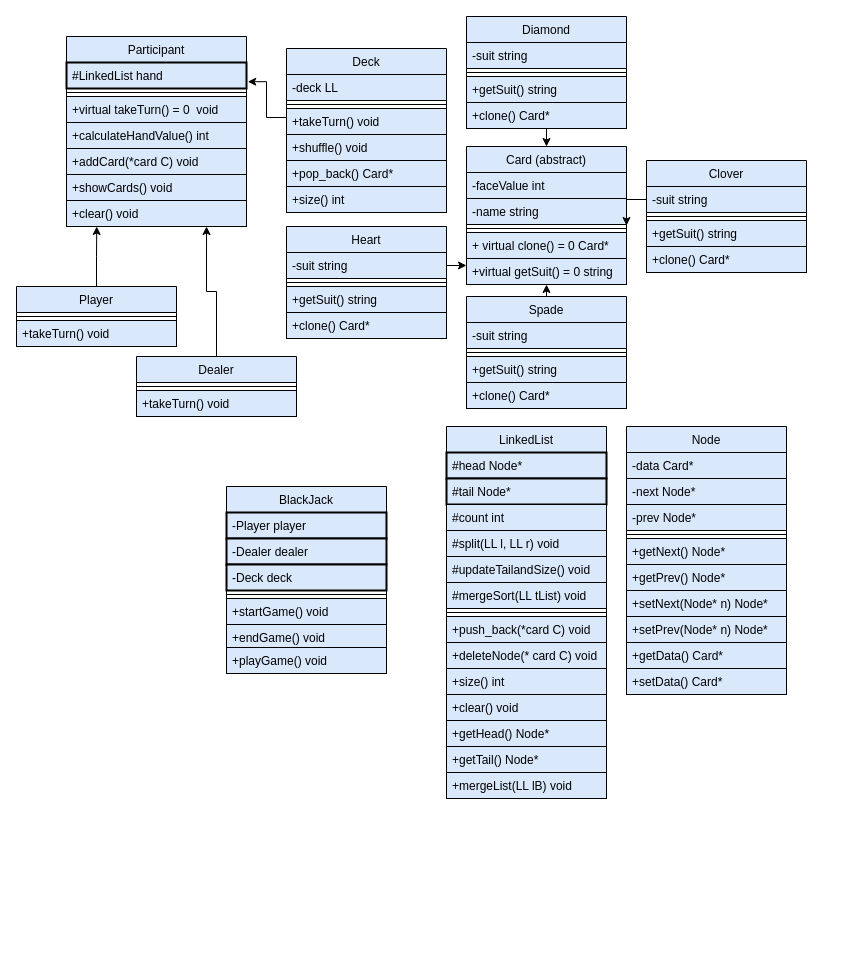
This is UMLv2.drawio from tiberiusl/Blackjack340, a draw.io file, before an edit. Source tidied: cells renumbered, new cells numbered last; positions are measured from the earlier drawing's top-left corner, leaving out a move shared by most shapes. Both pictures are drawn from the tidied source at 100%, with x=0, y=0 at pixel (16, 16).
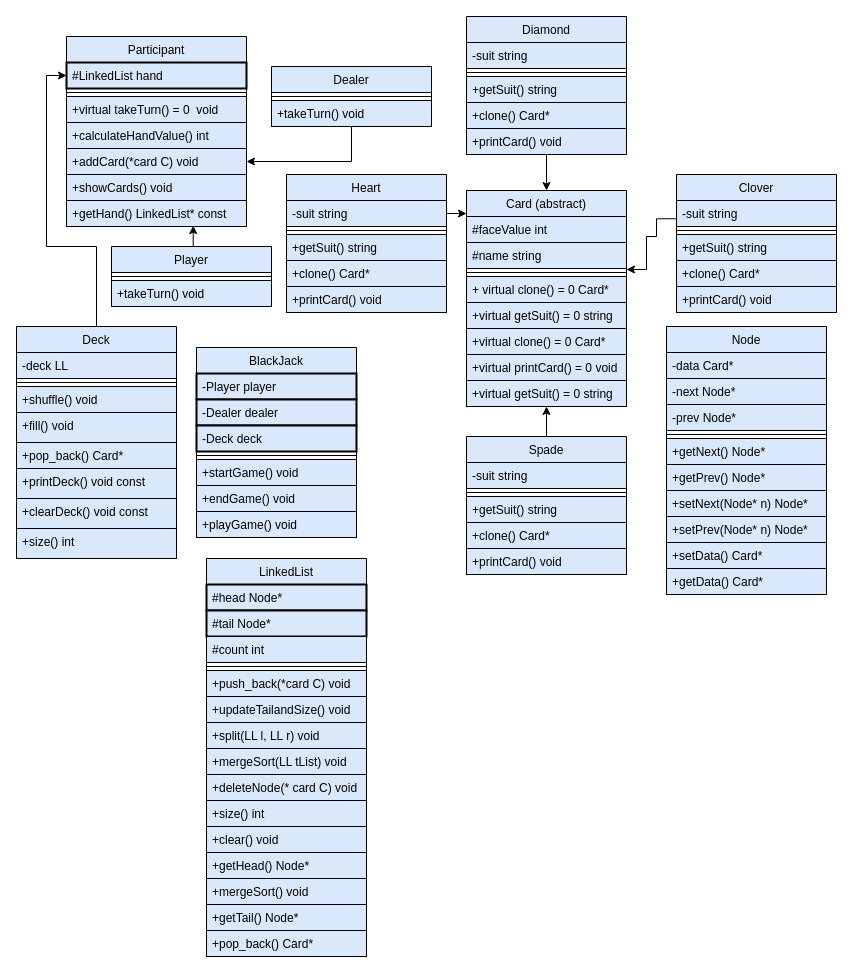
The same page after the edit.

The change refers to these unchanged cells:
```xml
<mxCell id="5" style="line;html=1;strokeWidth=1;align=left;verticalAlign=middle;spacingTop=-1;spacingLeft=3;spacingRight=3;labelPosition=right;points=[];portConstraint=eastwest;fillColor=#dae8fc;strokeColor=#000000;" parent="2" vertex="1">
  <mxGeometry y="78" width="160" height="8" as="geometry" />
</mxCell>
<mxCell id="20" value="-suit string" style="text;align=left;verticalAlign=top;spacingLeft=4;spacingRight=4;overflow=hidden;points=[[0,0.5],[1,0.5]];portConstraint=eastwest;fillColor=#dae8fc;strokeColor=#000000;" parent="19" vertex="1">
  <mxGeometry y="26" width="160" height="26" as="geometry" />
</mxCell>
<mxCell id="38" value="Participant" style="swimlane;fontStyle=0;align=center;verticalAlign=top;horizontal=1;startSize=26;rounded=0;shadow=0;strokeWidth=1;fillColor=#dae8fc;strokeColor=#000000;" parent="1" vertex="1">
  <mxGeometry x="50" y="20" width="180" height="190" as="geometry" />
</mxCell>
<mxCell id="39" value="#LinkedList hand" style="text;align=left;verticalAlign=top;spacingLeft=4;spacingRight=4;overflow=hidden;points=[[0,0.5],[1,0.5]];portConstraint=eastwest;strokeWidth=2;fillColor=#dae8fc;strokeColor=#000000;" parent="38" vertex="1">
  <mxGeometry y="26" width="180" height="26" as="geometry" />
</mxCell>
<mxCell id="43" value="+addCard(*card C) void " style="text;align=left;verticalAlign=top;spacingLeft=4;spacingRight=4;overflow=hidden;points=[[0,0.5],[1,0.5]];portConstraint=eastwest;fontStyle=0;fillColor=#dae8fc;strokeColor=#000000;" parent="38" vertex="1">
  <mxGeometry y="112" width="180" height="26" as="geometry" />
</mxCell>
```

Diff of the diagram source:
```diff
@@
     <mxCell id="2" value="Card (abstract)" style="swimlane;fontStyle=0;align=center;verticalAlign=top;horizontal=1;startSize=26;rounded=0;shadow=0;strokeWidth=1;fillColor=#dae8fc;strokeColor=#000000;" parent="1" vertex="1">
-      <mxGeometry x="450" y="130" width="160" height="138" as="geometry" />
+      <mxGeometry x="450" y="174" width="160" height="216" as="geometry" />
     </mxCell>
-    <mxCell id="3" value="-faceValue int" style="text;align=left;verticalAlign=top;spacingLeft=4;spacingRight=4;overflow=hidden;fillColor=#dae8fc;strokeColor=#000000;" parent="2" vertex="1">
+    <mxCell id="3" value="#faceValue int" style="text;align=left;verticalAlign=top;spacingLeft=4;spacingRight=4;overflow=hidden;fillColor=#dae8fc;strokeColor=#000000;" parent="2" vertex="1">
       <mxGeometry y="26" width="160" height="26" as="geometry" />
     </mxCell>
-    <mxCell id="4" value="-name string" style="text;align=left;verticalAlign=top;spacingLeft=4;spacingRight=4;overflow=hidden;fillColor=#dae8fc;strokeColor=#000000;" parent="2" vertex="1">
+    <mxCell id="4" value="#name string" style="text;align=left;verticalAlign=top;spacingLeft=4;spacingRight=4;overflow=hidden;fillColor=#dae8fc;strokeColor=#000000;" parent="2" vertex="1">
       <mxGeometry y="52" width="160" height="26" as="geometry" />
     </mxCell>
@@
+    <mxCell id="90" value="+virtual clone() = 0 Card* " style="text;align=left;verticalAlign=top;spacingLeft=4;spacingRight=4;overflow=hidden;fillColor=#dae8fc;strokeColor=#000000;" parent="2" vertex="1">
+      <mxGeometry y="138" width="160" height="26" as="geometry" />
+    </mxCell>
+    <mxCell id="91" value="+virtual printCard() = 0 void" style="text;align=left;verticalAlign=top;spacingLeft=4;spacingRight=4;overflow=hidden;fillColor=#dae8fc;strokeColor=#000000;" parent="2" vertex="1">
+      <mxGeometry y="164" width="160" height="26" as="geometry" />
+    </mxCell>
+    <mxCell id="92" value="+virtual getSuit() = 0 string" style="text;align=left;verticalAlign=top;spacingLeft=4;spacingRight=4;overflow=hidden;fillColor=#dae8fc;strokeColor=#000000;" parent="2" vertex="1">
+      <mxGeometry y="190" width="160" height="26" as="geometry" />
+    </mxCell>
@@
     <mxCell id="9" value="Spade" style="swimlane;fontStyle=0;align=center;verticalAlign=top;horizontal=1;startSize=26;rounded=0;shadow=0;strokeWidth=1;fillColor=#dae8fc;strokeColor=#000000;" parent="1" vertex="1">
-      <mxGeometry x="450" y="280" width="160" height="90" as="geometry" />
+      <mxGeometry x="450" y="420" width="160" height="138" as="geometry" />
     </mxCell>
@@
+    <mxCell id="83" value="+clone() Card*" style="text;align=left;verticalAlign=top;spacingLeft=4;spacingRight=4;overflow=hidden;fontStyle=0;fillColor=#dae8fc;strokeColor=#000000;" parent="9" vertex="1">
+      <mxGeometry y="86" width="160" height="26" as="geometry" />
+    </mxCell>
+    <mxCell id="93" value="+printCard() void" style="text;align=left;verticalAlign=top;spacingLeft=4;spacingRight=4;overflow=hidden;fontStyle=0;fillColor=#dae8fc;strokeColor=#000000;" parent="9" vertex="1">
+      <mxGeometry y="112" width="160" height="26" as="geometry" />
+    </mxCell>
     <mxCell id="13" value="Heart" style="swimlane;fontStyle=0;align=center;verticalAlign=top;horizontal=1;startSize=26;rounded=0;shadow=0;strokeWidth=1;fillColor=#dae8fc;strokeColor=#000000;" parent="1" vertex="1">
-      <mxGeometry x="270" y="210" width="160" height="112" as="geometry" />
+      <mxGeometry x="270" y="158" width="160" height="138" as="geometry" />
     </mxCell>
@@
+    <mxCell id="94" value="+printCard() void" style="text;align=left;verticalAlign=top;spacingLeft=4;spacingRight=4;overflow=hidden;fontStyle=0;fillColor=#dae8fc;strokeColor=#000000;" parent="13" vertex="1">
+      <mxGeometry y="112" width="160" height="26" as="geometry" />
+    </mxCell>
     <mxCell id="19" value="Clover" style="swimlane;fontStyle=0;align=center;verticalAlign=top;horizontal=1;startSize=26;rounded=0;shadow=0;strokeWidth=1;fillColor=#dae8fc;strokeColor=#000000;" parent="1" vertex="1">
-      <mxGeometry x="630" y="144" width="160" height="90" as="geometry" />
+      <mxGeometry x="660" y="158" width="160" height="138" as="geometry" />
     </mxCell>
@@
+    <mxCell id="82" value="+clone() Card*" style="text;align=left;verticalAlign=top;spacingLeft=4;spacingRight=4;overflow=hidden;fontStyle=0;fillColor=#dae8fc;strokeColor=#000000;" parent="19" vertex="1">
+      <mxGeometry y="86" width="160" height="26" as="geometry" />
+    </mxCell>
+    <mxCell id="95" value="+printCard() void" style="text;align=left;verticalAlign=top;spacingLeft=4;spacingRight=4;overflow=hidden;fontStyle=0;fillColor=#dae8fc;strokeColor=#000000;" parent="19" vertex="1">
+      <mxGeometry y="112" width="160" height="26" as="geometry" />
+    </mxCell>
@@
     <mxCell id="24" value="Diamond" style="swimlane;fontStyle=0;align=center;verticalAlign=top;horizontal=1;startSize=26;rounded=0;shadow=0;strokeWidth=1;fillColor=#dae8fc;strokeColor=#000000;" parent="1" vertex="1">
-      <mxGeometry x="450" width="160" height="90" as="geometry" />
+      <mxGeometry x="450" width="160" height="138" as="geometry" />
     </mxCell>
@@
+    <mxCell id="84" value="+clone() Card*" style="text;align=left;verticalAlign=top;spacingLeft=4;spacingRight=4;overflow=hidden;fontStyle=0;fillColor=#dae8fc;strokeColor=#000000;" parent="24" vertex="1">
+      <mxGeometry y="86" width="160" height="26" as="geometry" />
+    </mxCell>
+    <mxCell id="96" value="+printCard() void" style="text;align=left;verticalAlign=top;spacingLeft=4;spacingRight=4;overflow=hidden;fontStyle=0;fillColor=#dae8fc;strokeColor=#000000;" parent="24" vertex="1">
+      <mxGeometry y="112" width="160" height="26" as="geometry" />
+    </mxCell>
-    <mxCell id="28" style="edgeStyle=orthogonalEdgeStyle;rounded=0;jettySize=auto;html=1;entryX=1;entryY=0.125;entryDx=0;entryDy=0;entryPerimeter=0;fillColor=#dae8fc;strokeColor=#000000;" parent="1" edge="1" source="20" target="5">
-      <mxGeometry relative="1" as="geometry" />
+    <mxCell id="28" style="edgeStyle=orthogonalEdgeStyle;rounded=0;jettySize=auto;html=1;entryX=1;entryY=0.125;entryDx=0;entryDy=0;entryPerimeter=0;fillColor=#dae8fc;strokeColor=#000000;exitX=0.004;exitY=0.702;exitDx=0;exitDy=0;exitPerimeter=0;" parent="1" edge="1" source="20" target="5">
+      <mxGeometry relative="1" as="geometry">
+        <Array as="points">
+          <mxPoint x="640" y="202" />
+          <mxPoint x="640" y="220" />
+          <mxPoint x="630" y="220" />
+          <mxPoint x="630" y="253" />
+        </Array>
+      </mxGeometry>
     </mxCell>
     <mxCell id="29" value="Node" style="swimlane;fontStyle=0;align=center;verticalAlign=top;horizontal=1;startSize=26;rounded=0;shadow=0;strokeWidth=1;fillColor=#dae8fc;strokeColor=#000000;" parent="1" vertex="1">
-      <mxGeometry x="610" y="410" width="160" height="220" as="geometry" />
+      <mxGeometry x="650" y="310" width="160" height="268" as="geometry" />
     </mxCell>
@@
+    <mxCell id="86" value="+setData() Card*" style="text;align=left;verticalAlign=top;spacingLeft=4;spacingRight=4;overflow=hidden;fontStyle=0;fillColor=#dae8fc;strokeColor=#000000;" parent="29" vertex="1">
+      <mxGeometry y="216" width="160" height="26" as="geometry" />
+    </mxCell>
+    <mxCell id="85" value="+getData() Card*" style="text;align=left;verticalAlign=top;spacingLeft=4;spacingRight=4;overflow=hidden;fontStyle=0;fillColor=#dae8fc;strokeColor=#000000;" parent="29" vertex="1">
+      <mxGeometry y="242" width="160" height="26" as="geometry" />
+    </mxCell>
@@
-    <mxCell id="45" value="+clear() void" style="text;align=left;verticalAlign=top;spacingLeft=4;spacingRight=4;overflow=hidden;points=[[0,0.5],[1,0.5]];portConstraint=eastwest;fontStyle=0;fillColor=#dae8fc;strokeColor=#000000;" parent="38" vertex="1">
+    <mxCell id="45" value="+getHand() LinkedList* const" style="text;align=left;verticalAlign=top;spacingLeft=4;spacingRight=4;overflow=hidden;points=[[0,0.5],[1,0.5]];portConstraint=eastwest;fontStyle=0;fillColor=#dae8fc;strokeColor=#000000;" parent="38" vertex="1">
       <mxGeometry y="164" width="180" height="26" as="geometry" />
     </mxCell>
     <mxCell id="46" value="Player" style="swimlane;fontStyle=0;align=center;verticalAlign=top;horizontal=1;startSize=26;rounded=0;shadow=0;strokeWidth=1;fillColor=#dae8fc;strokeColor=#000000;" parent="1" vertex="1">
-      <mxGeometry y="270" width="160" height="60" as="geometry" />
+      <mxGeometry x="95" y="230" width="160" height="60" as="geometry" />
     </mxCell>
@@
     <mxCell id="49" value="Dealer" style="swimlane;fontStyle=0;align=center;verticalAlign=top;horizontal=1;startSize=26;rounded=0;shadow=0;strokeWidth=1;fillColor=#dae8fc;strokeColor=#000000;" parent="1" vertex="1">
-      <mxGeometry x="120" y="340" width="160" height="60" as="geometry" />
+      <mxGeometry x="255" y="50" width="160" height="60" as="geometry" />
     </mxCell>
@@
-    <mxCell id="52" style="edgeStyle=orthogonalEdgeStyle;rounded=0;jettySize=auto;html=1;exitX=0.5;exitY=0;exitDx=0;exitDy=0;entryX=0.168;entryY=1;entryDx=0;entryDy=0;entryPerimeter=0;fillColor=#dae8fc;strokeColor=#000000;" parent="1" edge="1" source="46" target="45">
+    <mxCell id="52" style="edgeStyle=orthogonalEdgeStyle;rounded=0;jettySize=auto;html=1;exitX=0.5;exitY=0;exitDx=0;exitDy=0;entryX=0.704;entryY=0.967;entryDx=0;entryDy=0;entryPerimeter=0;fillColor=#dae8fc;strokeColor=#000000;" parent="1" edge="1" source="46" target="45">
       <mxGeometry relative="1" as="geometry" />
     </mxCell>
-    <mxCell id="53" style="edgeStyle=orthogonalEdgeStyle;rounded=0;jettySize=auto;html=1;entryX=0.778;entryY=1;entryDx=0;entryDy=0;entryPerimeter=0;fillColor=#dae8fc;strokeColor=#000000;" parent="1" edge="1" source="49" target="45">
+    <mxCell id="53" style="edgeStyle=orthogonalEdgeStyle;rounded=0;jettySize=auto;html=1;entryX=1;entryY=0.5;entryDx=0;entryDy=0;fillColor=#dae8fc;strokeColor=#000000;" parent="1" edge="1" source="49" target="43">
       <mxGeometry relative="1" as="geometry" />
     </mxCell>
     <mxCell id="54" value="LinkedList" style="swimlane;fontStyle=0;align=center;verticalAlign=top;horizontal=1;startSize=26;rounded=0;shadow=0;strokeWidth=1;fillColor=#dae8fc;strokeColor=#000000;" parent="1" vertex="1">
-      <mxGeometry x="430" y="410" width="160" height="346" as="geometry" />
+      <mxGeometry x="190" y="542" width="160" height="398" as="geometry" />
     </mxCell>
@@
-    <mxCell id="58" value="#split(LL l, LL r) void" style="text;align=left;verticalAlign=top;spacingLeft=4;spacingRight=4;overflow=hidden;fillColor=#dae8fc;strokeColor=#000000;" parent="54" vertex="1">
-      <mxGeometry y="104" width="160" height="26" as="geometry" />
-    </mxCell>
-    <mxCell id="59" value="#updateTailandSize() void" style="text;align=left;verticalAlign=top;spacingLeft=4;spacingRight=4;overflow=hidden;fillColor=#dae8fc;strokeColor=#000000;" parent="54" vertex="1">
-      <mxGeometry y="130" width="160" height="26" as="geometry" />
-    </mxCell>
-    <mxCell id="60" value="#mergeSort(LL tList) void" style="text;align=left;verticalAlign=top;spacingLeft=4;spacingRight=4;overflow=hidden;fillColor=#dae8fc;strokeColor=#000000;" parent="54" vertex="1">
-      <mxGeometry y="156" width="160" height="26" as="geometry" />
-    </mxCell>
     <mxCell id="61" style="line;html=1;strokeWidth=1;align=left;verticalAlign=middle;spacingTop=-1;spacingLeft=3;spacingRight=3;labelPosition=right;fillColor=#dae8fc;strokeColor=#000000;" parent="54" vertex="1">
-      <mxGeometry y="182" width="160" height="8" as="geometry" />
+      <mxGeometry y="104" width="160" height="8" as="geometry" />
     </mxCell>
     <mxCell id="62" value="+push_back(*card C) void" style="text;align=left;verticalAlign=top;spacingLeft=4;spacingRight=4;overflow=hidden;fontStyle=0;fillColor=#dae8fc;strokeColor=#000000;" parent="54" vertex="1">
-      <mxGeometry y="190" width="160" height="26" as="geometry" />
+      <mxGeometry y="112" width="160" height="26" as="geometry" />
     </mxCell>
+    <mxCell id="59" value="+updateTailandSize() void" style="text;align=left;verticalAlign=top;spacingLeft=4;spacingRight=4;overflow=hidden;fillColor=#dae8fc;strokeColor=#000000;" parent="54" vertex="1">
+      <mxGeometry y="138" width="160" height="26" as="geometry" />
+    </mxCell>
+    <mxCell id="58" value="+split(LL l, LL r) void" style="text;align=left;verticalAlign=top;spacingLeft=4;spacingRight=4;overflow=hidden;fillColor=#dae8fc;strokeColor=#000000;" parent="54" vertex="1">
+      <mxGeometry y="164" width="160" height="26" as="geometry" />
+    </mxCell>
+    <mxCell id="60" value="+mergeSort(LL tList) void" style="text;align=left;verticalAlign=top;spacingLeft=4;spacingRight=4;overflow=hidden;fillColor=#dae8fc;strokeColor=#000000;" parent="54" vertex="1">
+      <mxGeometry y="190" width="160" height="26" as="geometry" />
+    </mxCell>
@@
+    <mxCell id="87" value="+mergeSort() void" style="text;align=left;verticalAlign=top;spacingLeft=4;spacingRight=4;overflow=hidden;fillColor=#dae8fc;strokeColor=#000000;" parent="54" vertex="1">
+      <mxGeometry y="320" width="160" height="26" as="geometry" />
+    </mxCell>
+    <mxCell id="97" value="+getTail() Node* " style="text;align=left;verticalAlign=top;spacingLeft=4;spacingRight=4;overflow=hidden;fontStyle=0;fillColor=#dae8fc;strokeColor=#000000;" parent="54" vertex="1">
+      <mxGeometry y="346" width="160" height="26" as="geometry" />
+    </mxCell>
-    <mxCell id="67" value="+getTail() Node* " style="text;align=left;verticalAlign=top;spacingLeft=4;spacingRight=4;overflow=hidden;fontStyle=0;fillColor=#dae8fc;strokeColor=#000000;" parent="54" vertex="1">
-      <mxGeometry y="320" width="160" height="26" as="geometry" />
+    <mxCell id="67" value="+pop_back() Card*" style="text;align=left;verticalAlign=top;spacingLeft=4;spacingRight=4;overflow=hidden;fontStyle=0;fillColor=#dae8fc;strokeColor=#000000;" parent="54" vertex="1">
+      <mxGeometry y="372" width="160" height="26" as="geometry" />
     </mxCell>
     <mxCell id="68" value="BlackJack" style="swimlane;fontStyle=0;align=center;verticalAlign=top;horizontal=1;startSize=26;rounded=0;shadow=0;strokeWidth=1;fillColor=#dae8fc;strokeColor=#000000;" parent="1" vertex="1">
-      <mxGeometry x="210" y="470" width="160" height="172" as="geometry" />
+      <mxGeometry x="180" y="331" width="160" height="190" as="geometry" />
     </mxCell>
@@
+    <mxCell id="89" value="+playGame() void" style="text;align=left;verticalAlign=top;spacingLeft=4;spacingRight=4;overflow=hidden;fillColor=#dae8fc;strokeColor=#000000;" parent="68" vertex="1">
+      <mxGeometry y="164" width="160" height="26" as="geometry" />
+    </mxCell>
     <mxCell id="75" value="Deck" style="swimlane;fontStyle=0;align=center;verticalAlign=top;horizontal=1;startSize=26;rounded=0;shadow=0;strokeWidth=1;fillColor=#dae8fc;strokeColor=#000000;" parent="1" vertex="1">
-      <mxGeometry x="270" y="32" width="160" height="138" as="geometry" />
+      <mxGeometry y="310" width="160" height="232" as="geometry" />
     </mxCell>
@@
-    <mxCell id="78" value="+takeTurn() void" style="text;align=left;verticalAlign=top;spacingLeft=4;spacingRight=4;overflow=hidden;fontStyle=0;fillColor=#dae8fc;strokeColor=#000000;" parent="75" vertex="1">
-      <mxGeometry y="60" width="160" height="26" as="geometry" />
-    </mxCell>
     <mxCell id="79" value="+shuffle() void" style="text;align=left;verticalAlign=top;spacingLeft=4;spacingRight=4;overflow=hidden;fontStyle=0;fillColor=#dae8fc;strokeColor=#000000;" parent="75" vertex="1">
-      <mxGeometry y="86" width="160" height="26" as="geometry" />
+      <mxGeometry y="60" width="160" height="26" as="geometry" />
     </mxCell>
+    <mxCell id="98" value="+fill() void" style="text;align=left;verticalAlign=top;spacingLeft=4;spacingRight=4;overflow=hidden;fillColor=#dae8fc;strokeColor=#000000;" parent="75" vertex="1">
+      <mxGeometry y="86" width="160" height="30" as="geometry" />
+    </mxCell>
     <mxCell id="80" value="+pop_back() Card*" style="text;align=left;verticalAlign=top;spacingLeft=4;spacingRight=4;overflow=hidden;fontStyle=0;fillColor=#dae8fc;strokeColor=#000000;" parent="75" vertex="1">
-      <mxGeometry y="112" width="160" height="26" as="geometry" />
+      <mxGeometry y="116" width="160" height="26" as="geometry" />
     </mxCell>
+    <mxCell id="99" value="+printDeck() void const" style="text;align=left;verticalAlign=top;spacingLeft=4;spacingRight=4;overflow=hidden;fillColor=#dae8fc;strokeColor=#000000;" parent="75" vertex="1">
+      <mxGeometry y="142" width="160" height="30" as="geometry" />
+    </mxCell>
+    <mxCell id="100" value="+clearDeck() void const" style="text;align=left;verticalAlign=top;spacingLeft=4;spacingRight=4;overflow=hidden;fillColor=#dae8fc;strokeColor=#000000;" parent="75" vertex="1">
+      <mxGeometry y="172" width="160" height="30" as="geometry" />
+    </mxCell>
+    <mxCell id="88" value="+size() int" style="text;align=left;verticalAlign=top;spacingLeft=4;spacingRight=4;overflow=hidden;fillColor=#dae8fc;strokeColor=#000000;" parent="75" vertex="1">
+      <mxGeometry y="202" width="160" height="30" as="geometry" />
+    </mxCell>
-    <mxCell id="81" style="edgeStyle=orthogonalEdgeStyle;rounded=0;jettySize=auto;html=1;entryX=1.007;entryY=0.739;entryDx=0;entryDy=0;entryPerimeter=0;fillColor=#dae8fc;strokeColor=#000000;" parent="1" edge="1" source="75" target="39">
-      <mxGeometry relative="1" as="geometry" />
+    <mxCell id="81" style="edgeStyle=orthogonalEdgeStyle;rounded=0;jettySize=auto;html=1;entryX=0;entryY=0.5;entryDx=0;entryDy=0;fillColor=#dae8fc;strokeColor=#000000;" parent="1" edge="1" source="75" target="39">
+      <mxGeometry relative="1" as="geometry">
+        <Array as="points">
+          <mxPoint x="80" y="230" />
+          <mxPoint x="30" y="230" />
+          <mxPoint x="30" y="59" />
+        </Array>
+      </mxGeometry>
     </mxCell>
-    <mxCell id="82" value="+clone() Card*" style="text;align=left;verticalAlign=top;spacingLeft=4;spacingRight=4;overflow=hidden;fontStyle=0;fillColor=#dae8fc;strokeColor=#000000;" parent="1" vertex="1">
-      <mxGeometry x="630" y="230" width="160" height="26" as="geometry" />
-    </mxCell>
-    <mxCell id="83" value="+clone() Card*" style="text;align=left;verticalAlign=top;spacingLeft=4;spacingRight=4;overflow=hidden;fontStyle=0;fillColor=#dae8fc;strokeColor=#000000;" parent="1" vertex="1">
-      <mxGeometry x="450" y="366" width="160" height="26" as="geometry" />
-    </mxCell>
-    <mxCell id="84" value="+clone() Card*" style="text;align=left;verticalAlign=top;spacingLeft=4;spacingRight=4;overflow=hidden;fontStyle=0;fillColor=#dae8fc;strokeColor=#000000;" parent="1" vertex="1">
-      <mxGeometry x="450" y="86" width="160" height="26" as="geometry" />
-    </mxCell>
-    <mxCell id="85" value="+getData() Card*" style="text;align=left;verticalAlign=top;spacingLeft=4;spacingRight=4;overflow=hidden;fontStyle=0;fillColor=#dae8fc;strokeColor=#000000;" parent="1" vertex="1">
-      <mxGeometry x="610" y="626" width="160" height="26" as="geometry" />
-    </mxCell>
-    <mxCell id="86" value="+setData() Card*" style="text;align=left;verticalAlign=top;spacingLeft=4;spacingRight=4;overflow=hidden;fontStyle=0;fillColor=#dae8fc;strokeColor=#000000;" parent="1" vertex="1">
-      <mxGeometry x="610" y="652" width="160" height="26" as="geometry" />
-    </mxCell>
-    <mxCell id="87" value="+mergeList(LL lB) void" style="text;align=left;verticalAlign=top;spacingLeft=4;spacingRight=4;overflow=hidden;fillColor=#dae8fc;strokeColor=#000000;" parent="1" vertex="1">
-      <mxGeometry x="430" y="756" width="160" height="26" as="geometry" />
-    </mxCell>
-    <mxCell id="88" value="+size() int" style="text;align=left;verticalAlign=top;spacingLeft=4;spacingRight=4;overflow=hidden;fillColor=#dae8fc;strokeColor=#000000;" parent="1" vertex="1">
-      <mxGeometry x="270" y="170" width="160" height="26" as="geometry" />
-    </mxCell>
-    <mxCell id="89" value="+playGame() void" style="text;align=left;verticalAlign=top;spacingLeft=4;spacingRight=4;overflow=hidden;fillColor=#dae8fc;strokeColor=#000000;" parent="1" vertex="1">
-      <mxGeometry x="210" y="631" width="160" height="26" as="geometry" />
-    </mxCell>
```
